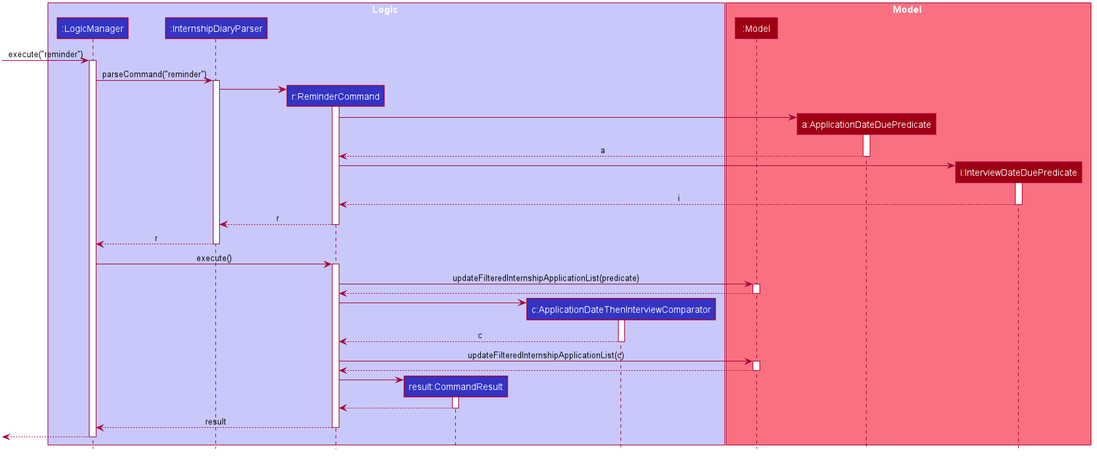
This is images/ReminderSequenceDiagram.png from AY1920S2-CS2103T-F10-2/main, a PlantUML export, as it was before one commit.
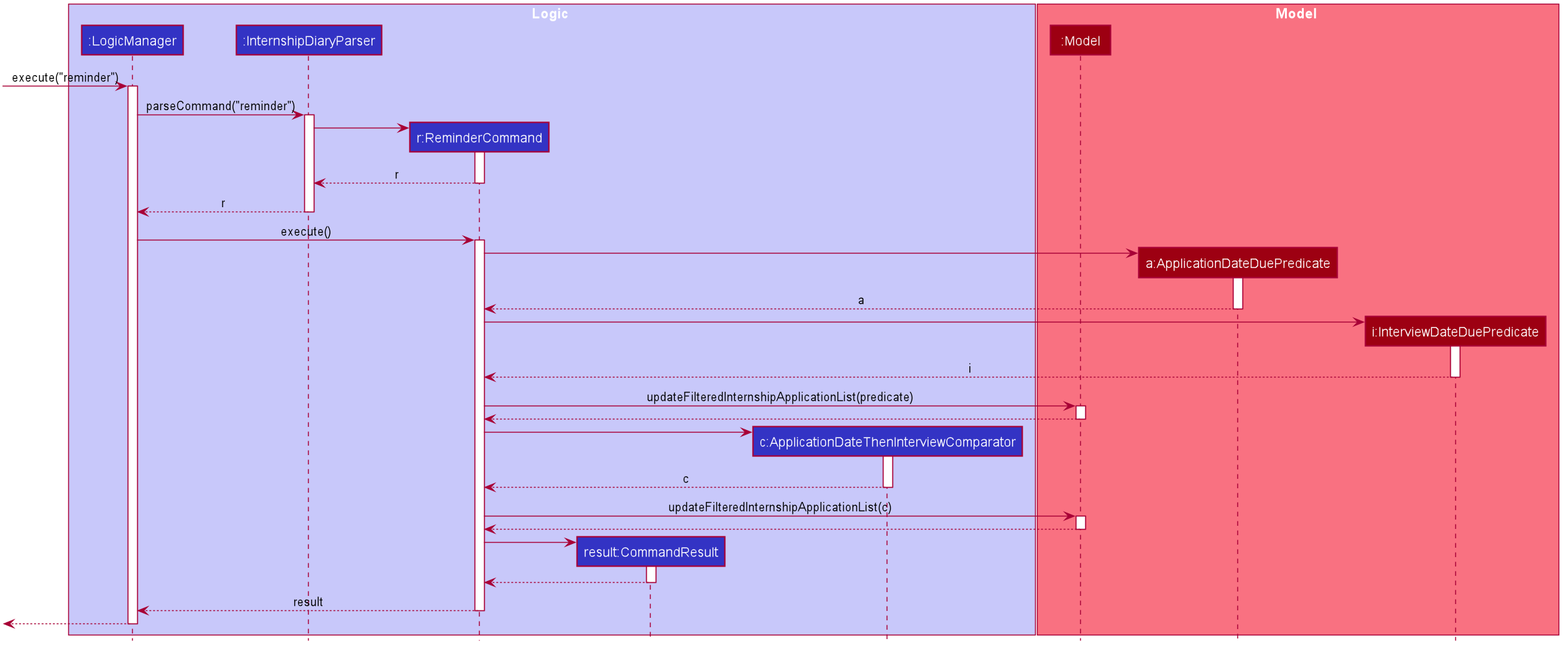
After the commit.

Diff of the diagram source:
```diff
@@ -72,6 +72,15 @@
 InternshipDiaryParser -> ReminderCommand
 activate ReminderCommand
 
+ReminderCommand --> InternshipDiaryParser : r
+deactivate ReminderCommand
+
+InternshipDiaryParser --> LogicManager : r
+deactivate InternshipDiaryParser
+
+LogicManager -> ReminderCommand : execute()
+activate ReminderCommand
+
 create ApplicationDateDuePredicate
 ReminderCommand -> ApplicationDateDuePredicate
 activate ApplicationDateDuePredicate
@@ -85,15 +94,6 @@
 
 InterviewDateDuePredicate --> ReminderCommand : i
 deactivate InterviewDateDuePredicate
-
-ReminderCommand --> InternshipDiaryParser : r
-deactivate ReminderCommand
-
-InternshipDiaryParser --> LogicManager : r
-deactivate InternshipDiaryParser
-
-LogicManager -> ReminderCommand : execute()
-activate ReminderCommand
 
 ReminderCommand -> Model : updateFilteredInternshipApplicationList(predicate)
 activate Model
```
